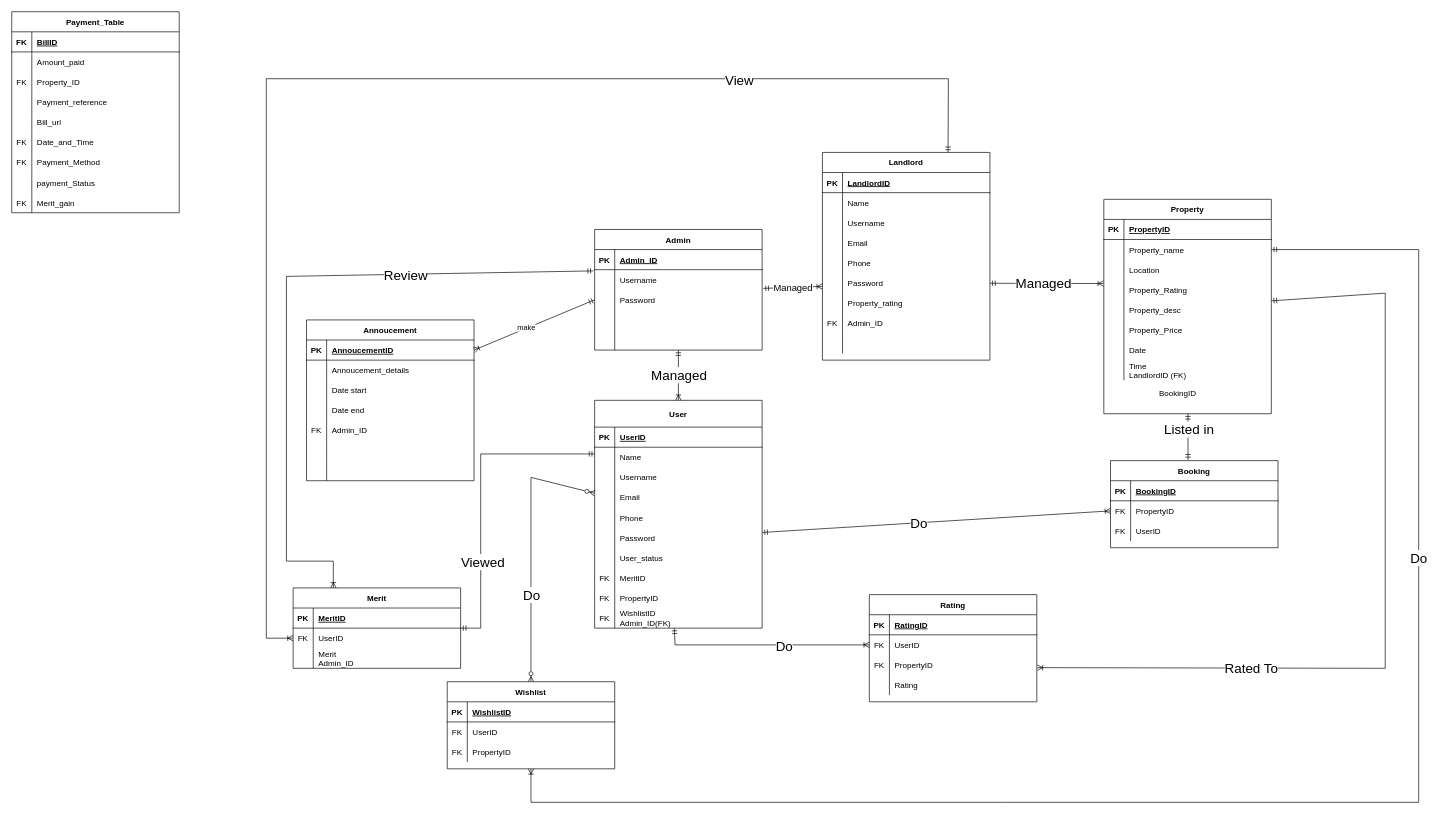
Before: DFD FYP/ERD.drawio in SNOW15782/Fyp, a draw.io diagram. Source tidied: cells renumbered, new cells numbered last; positions are measured from the earlier drawing's top-left corner, leaving out a move shared by most shapes. Both pictures are drawn from the tidied source at 67%, with x=0, y=0 at pixel (11, 11).
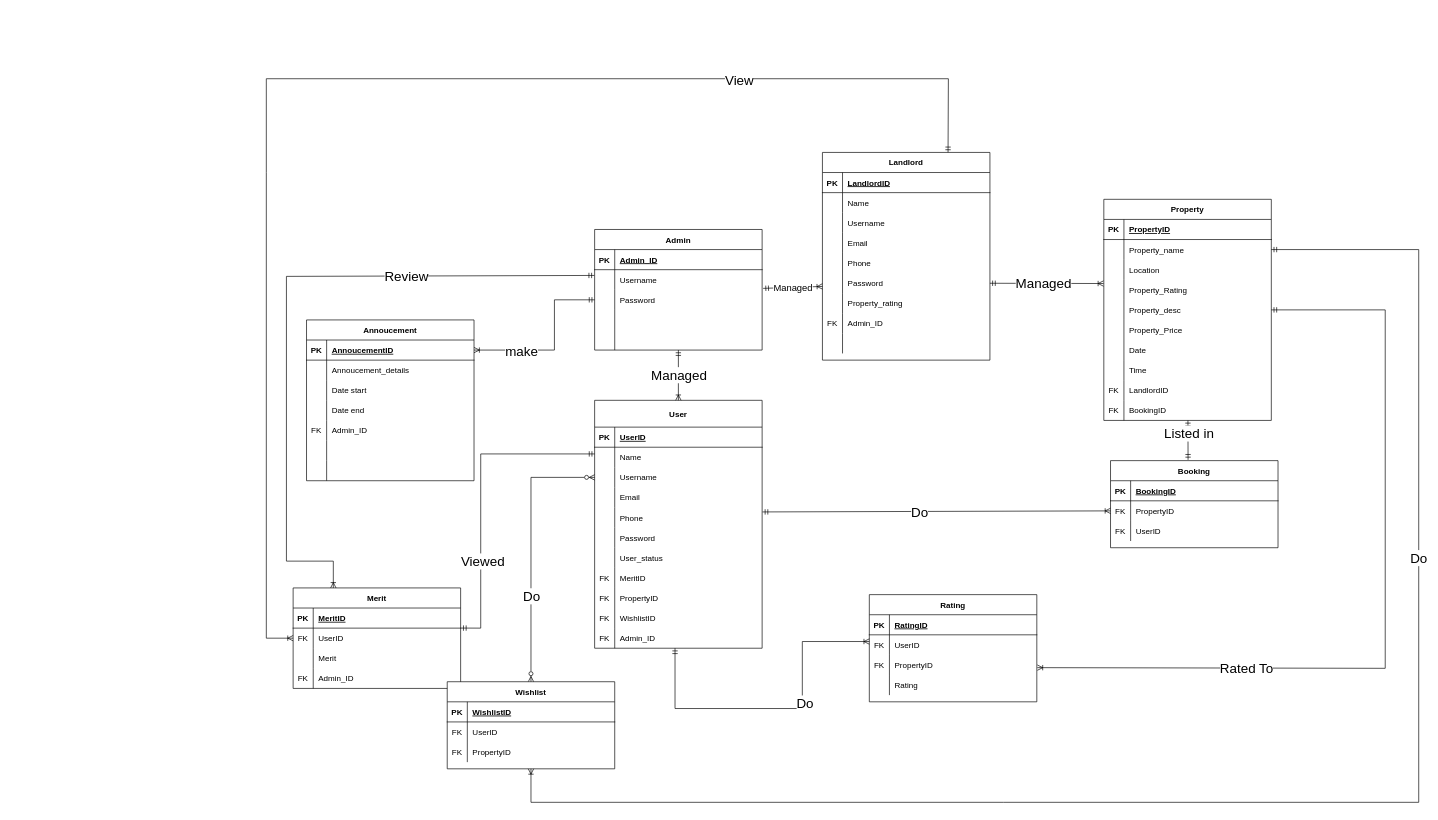
The same diagram, later.

Commit message:
settle erd

Unchanged cells that the change refers to:
```xml
<mxCell id="8" style="shape=partialRectangle;fillColor=none;points=[[0,0.5],[1,0.5]];portConstraint=eastwest;top=0;left=0;right=0;bottom=0;" parent="4" vertex="1">
  <mxGeometry y="60" width="250" height="30" as="geometry" />
</mxCell>
<mxCell id="11" style="shape=partialRectangle;fillColor=none;top=0;left=0;right=0;bottom=0;" parent="4" vertex="1">
  <mxGeometry y="90" width="250" height="30" as="geometry" />
</mxCell>
<mxCell id="25" style="shape=partialRectangle;fillColor=none;points=[[0,0.5],[1,0.5]];portConstraint=eastwest;top=0;left=0;right=0;bottom=0;" parent="18" vertex="1">
  <mxGeometry y="100" width="250" height="30" as="geometry" />
</mxCell>
<mxCell id="31" style="shape=partialRectangle;fillColor=none;points=[[0,0.5],[1,0.5]];portConstraint=eastwest;top=0;left=0;right=0;bottom=0;" parent="18" vertex="1">
  <mxGeometry y="160" width="250" height="30" as="geometry" />
</mxCell>
<mxCell id="34" style="shape=partialRectangle;fillColor=none;points=[[0,0.5],[1,0.5]];portConstraint=eastwest;top=0;left=0;right=0;bottom=0;" parent="18" vertex="1">
  <mxGeometry y="190" width="250" height="30" as="geometry" />
</mxCell>
<mxCell id="46" style="shape=partialRectangle;fillColor=none;points=[[0,0.5],[1,0.5]];portConstraint=eastwest;top=0;left=0;right=0;bottom=0;" parent="18" vertex="1">
  <mxGeometry y="310" width="250" height="30" as="geometry" />
</mxCell>
<mxCell id="53" style="shape=partialRectangle;fillColor=none;points=[[0,0.5],[1,0.5]];portConstraint=eastwest;top=0;left=0;right=0;bottom=0;" parent="49" vertex="1">
  <mxGeometry y="60" width="250" height="30" as="geometry" />
</mxCell>
<mxCell id="60" style="shape=partialRectangle;fillColor=none;points=[[0,0.5],[1,0.5]];portConstraint=eastwest;top=0;left=0;right=0;bottom=1;" parent="59" vertex="1">
  <mxGeometry y="30" width="250" height="30" as="geometry" />
</mxCell>
<mxCell id="86" style="shape=partialRectangle;fillColor=none;points=[[0,0.5],[1,0.5]];portConstraint=eastwest;top=0;left=0;right=0;bottom=1;" parent="85" vertex="1">
  <mxGeometry y="30" width="250" height="30" as="geometry" />
</mxCell>
<mxCell id="89" style="shape=partialRectangle;fillColor=none;points=[[0,0.5],[1,0.5]];portConstraint=eastwest;top=0;left=0;right=0;bottom=0;" parent="85" vertex="1">
  <mxGeometry y="60" width="250" height="30" as="geometry" />
</mxCell>
<mxCell id="92" style="shape=partialRectangle;fillColor=none;points=[[0,0.5],[1,0.5]];portConstraint=eastwest;top=0;left=0;right=0;bottom=0;" parent="85" vertex="1">
  <mxGeometry y="90" width="250" height="30" as="geometry" />
</mxCell>
<mxCell id="187" style="shape=partialRectangle;fillColor=none;top=0;left=0;right=0;bottom=0;" parent="165" vertex="1">
  <mxGeometry y="240" width="250" height="30" as="geometry" />
</mxCell>
<mxCell id="196" value="Wishlist" style="shape=table;startSize=30;childLayout=tableLayout;rowLines=0;fontStyle=1;align=center;" parent="1" vertex="1">
  <mxGeometry x="650" y="1000" width="250" height="130" as="geometry" />
</mxCell>
<mxCell id="210" style="shape=partialRectangle;fillColor=none;points=[[0,0.5],[1,0.5]];portConstraint=eastwest;top=0;left=0;right=0;bottom=0;" parent="206" vertex="1">
  <mxGeometry y="60" width="250" height="30" as="geometry" />
</mxCell>
<mxCell id="213" style="shape=partialRectangle;fillColor=none;points=[[0,0.5],[1,0.5]];portConstraint=eastwest;top=0;left=0;right=0;bottom=0;" parent="206" vertex="1">
  <mxGeometry y="90" width="250" height="30" as="geometry" />
</mxCell>
```

What changed in the source:
```diff
@@
-    <mxCell id="2" style="edgeStyle=none;rounded=0;html=1;startArrow=ERmandOne;startFill=0;endArrow=ERmandOne;endFill=0;" parent="1" edge="1" source="4">
+    <mxCell id="2" style="edgeStyle=none;rounded=0;html=1;startArrow=ERmandOne;startFill=0;endArrow=ERmandOne;endFill=0;exitX=1.001;exitY=-0.003;exitDx=0;exitDy=0;exitPerimeter=0;" parent="1" edge="1" source="8">
       <mxGeometry relative="1" as="geometry">
         <mxPoint x="870" y="660" as="targetPoint" />
         <Array as="points">
           <mxPoint x="700" y="920" />
           <mxPoint x="700" y="660" />
         </Array>
       </mxGeometry>
     </mxCell>
@@
     <mxCell id="4" value="Merit" style="shape=table;startSize=30;childLayout=tableLayout;rowLines=0;fontStyle=1;align=center;" parent="1" vertex="1">
-      <mxGeometry x="420" y="860" width="250" height="120" as="geometry" />
+      <mxGeometry x="420" y="860" width="250" height="150" as="geometry" />
     </mxCell>
@@
-    <mxCell id="13" value="Merit&#10;Admin_ID" style="shape=partialRectangle;overflow=hidden;fillColor=none;top=0;left=0;bottom=0;right=0;align=left;spacingLeft=6;" parent="11" vertex="1">
+    <mxCell id="13" value="Merit" style="shape=partialRectangle;overflow=hidden;fillColor=none;top=0;left=0;bottom=0;right=0;align=left;spacingLeft=6;" parent="11" vertex="1">
       <mxGeometry x="30" width="220" height="30" as="geometry" />
     </mxCell>
+    <mxCell id="111" style="shape=partialRectangle;fillColor=none;top=0;left=0;right=0;bottom=0;" parent="4" vertex="1">
+      <mxGeometry y="120" width="250" height="30" as="geometry" />
+    </mxCell>
+    <mxCell id="222" value="FK" style="shape=partialRectangle;overflow=hidden;fillColor=none;top=0;left=0;bottom=0;right=0;" parent="111" vertex="1">
+      <mxGeometry width="30" height="30" as="geometry" />
+    </mxCell>
+    <mxCell id="223" value="Admin_ID" style="shape=partialRectangle;overflow=hidden;fillColor=none;top=0;left=0;bottom=0;right=0;align=left;spacingLeft=6;" parent="111" vertex="1">
+      <mxGeometry x="30" width="220" height="30" as="geometry" />
+    </mxCell>
-    <mxCell id="14" style="edgeStyle=none;html=1;entryX=0.5;entryY=0;entryDx=0;entryDy=0;startArrow=ERzeroToMany;startFill=0;endArrow=ERzeroToMany;endFill=0;rounded=0;" parent="1" edge="1" source="18" target="196">
+    <mxCell id="14" style="edgeStyle=none;html=1;entryX=0.5;entryY=0;entryDx=0;entryDy=0;startArrow=ERzeroToMany;startFill=0;endArrow=ERzeroToMany;endFill=0;rounded=0;exitX=0;exitY=0.5;exitDx=0;exitDy=0;" parent="1" edge="1" source="25" target="196">
       <mxGeometry relative="1" as="geometry">
         <Array as="points">
           <mxPoint x="775" y="695" />
         </Array>
       </mxGeometry>
     </mxCell>
@@
-    <mxCell id="16" style="edgeStyle=none;html=1;entryX=0;entryY=0.5;entryDx=0;entryDy=0;startArrow=ERmandOne;startFill=0;endArrow=ERoneToMany;endFill=0;rounded=0;exitX=0.476;exitY=1.002;exitDx=0;exitDy=0;exitPerimeter=0;" parent="1" edge="1" source="46" target="210">
+    <mxCell id="16" style="edgeStyle=none;html=1;entryX=0;entryY=0.333;entryDx=0;entryDy=0;startArrow=ERmandOne;startFill=0;endArrow=ERoneToMany;endFill=0;rounded=0;entryPerimeter=0;exitX=0.48;exitY=1;exitDx=0;exitDy=0;exitPerimeter=0;" parent="1" edge="1" source="224" target="210">
       <mxGeometry relative="1" as="geometry">
         <Array as="points">
-          <mxPoint x="990" y="945" />
+          <mxPoint x="990" y="1040" />
+          <mxPoint x="1180" y="1040" />
+          <mxPoint x="1180" y="940" />
         </Array>
       </mxGeometry>
     </mxCell>
@@
     <mxCell id="18" value="User" style="shape=table;startSize=40;childLayout=tableLayout;rowLines=0;fontStyle=1;align=center;" parent="1" vertex="1">
-      <mxGeometry x="870" y="580" width="250" height="340" as="geometry" />
+      <mxGeometry x="870" y="580" width="250" height="370" as="geometry" />
     </mxCell>
@@
-    <mxCell id="48" value="WishlistID&#10;Admin_ID(FK)" style="shape=partialRectangle;overflow=hidden;fillColor=none;top=0;left=0;bottom=0;right=0;align=left;spacingLeft=6;" parent="46" vertex="1">
+    <mxCell id="48" value="WishlistID" style="shape=partialRectangle;overflow=hidden;fillColor=none;top=0;left=0;bottom=0;right=0;align=left;spacingLeft=6;" parent="46" vertex="1">
       <mxGeometry x="30" width="220" height="30" as="geometry" />
     </mxCell>
+    <mxCell id="224" style="shape=partialRectangle;fillColor=none;points=[[0,0.5],[1,0.5]];portConstraint=eastwest;top=0;left=0;right=0;bottom=0;" parent="18" vertex="1">
+      <mxGeometry y="340" width="250" height="30" as="geometry" />
+    </mxCell>
+    <mxCell id="225" value="FK" style="shape=partialRectangle;overflow=hidden;fillColor=none;top=0;left=0;bottom=0;right=0;" parent="224" vertex="1">
+      <mxGeometry width="30" height="30" as="geometry" />
+    </mxCell>
+    <mxCell id="226" value="Admin_ID" style="shape=partialRectangle;overflow=hidden;fillColor=none;top=0;left=0;bottom=0;right=0;align=left;spacingLeft=6;" parent="224" vertex="1">
+      <mxGeometry x="30" width="220" height="30" as="geometry" />
+    </mxCell>
@@
-    <mxCell id="83" style="edgeStyle=none;rounded=0;html=1;entryX=0.24;entryY=0;entryDx=0;entryDy=0;fontSize=20;startArrow=ERmandOne;startFill=0;endArrow=ERoneToMany;endFill=0;exitX=-0.008;exitY=1.061;exitDx=0;exitDy=0;entryPerimeter=0;jumpStyle=arc;jumpSize=20;exitPerimeter=0;" parent="1" edge="1" source="86" target="4">
+    <mxCell id="83" style="edgeStyle=none;rounded=0;html=1;entryX=0.24;entryY=0;entryDx=0;entryDy=0;fontSize=20;startArrow=ERmandOne;startFill=0;endArrow=ERoneToMany;endFill=0;exitX=-0.002;exitY=0.287;exitDx=0;exitDy=0;entryPerimeter=0;jumpStyle=arc;jumpSize=20;exitPerimeter=0;" parent="1" edge="1" source="89" target="4">
       <mxGeometry relative="1" as="geometry">
         <Array as="points">
           <mxPoint x="410" y="395" />
           <mxPoint x="410" y="820" />
           <mxPoint x="480" y="820" />
         </Array>
       </mxGeometry>
     </mxCell>
@@
-    <mxCell id="101" value="Payment_Table" style="shape=table;startSize=30;childLayout=tableLayout;rowLines=0;fontStyle=1;align=center;" parent="1" vertex="1">
-      <mxGeometry width="250" height="300" as="geometry" />
-    </mxCell>
-    <mxCell id="102" style="shape=partialRectangle;fillColor=none;top=0;left=0;right=0;bottom=1;" parent="101" vertex="1">
-      <mxGeometry y="30" width="250" height="30" as="geometry" />
-    </mxCell>
-    <mxCell id="103" value="FK" style="shape=partialRectangle;overflow=hidden;fillColor=none;top=0;left=0;bottom=0;right=0;fontStyle=1;" parent="102" vertex="1">
-      <mxGeometry width="30" height="30" as="geometry" />
-    </mxCell>
-    <mxCell id="104" value="BillID" style="shape=partialRectangle;overflow=hidden;fillColor=none;top=0;left=0;bottom=0;right=0;align=left;spacingLeft=6;fontStyle=5;" parent="102" vertex="1">
-      <mxGeometry x="30" width="220" height="30" as="geometry" />
-    </mxCell>
-    <mxCell id="105" style="shape=partialRectangle;fillColor=none;top=0;left=0;right=0;bottom=0;" parent="101" vertex="1">
-      <mxGeometry y="60" width="250" height="30" as="geometry" />
-    </mxCell>
-    <mxCell id="106" style="shape=partialRectangle;overflow=hidden;fillColor=none;top=0;left=0;bottom=0;right=0;" parent="105" vertex="1">
-      <mxGeometry width="30" height="30" as="geometry" />
-    </mxCell>
-    <mxCell id="107" value="Amount_paid" style="shape=partialRectangle;overflow=hidden;fillColor=none;top=0;left=0;bottom=0;right=0;align=left;spacingLeft=6;" parent="105" vertex="1">
-      <mxGeometry x="30" width="220" height="30" as="geometry" />
-    </mxCell>
-    <mxCell id="108" style="shape=partialRectangle;fillColor=none;top=0;left=0;right=0;bottom=0;" parent="101" vertex="1">
-      <mxGeometry y="90" width="250" height="30" as="geometry" />
-    </mxCell>
-    <mxCell id="109" value="FK" style="shape=partialRectangle;overflow=hidden;fillColor=none;top=0;left=0;bottom=0;right=0;" parent="108" vertex="1">
-      <mxGeometry width="30" height="30" as="geometry" />
-    </mxCell>
-    <mxCell id="110" value="Property_ID" style="shape=partialRectangle;overflow=hidden;fillColor=none;top=0;left=0;bottom=0;right=0;align=left;spacingLeft=6;" parent="108" vertex="1">
-      <mxGeometry x="30" width="220" height="30" as="geometry" />
-    </mxCell>
-    <mxCell id="111" style="shape=partialRectangle;fillColor=none;top=0;left=0;right=0;bottom=0;" parent="101" vertex="1">
-      <mxGeometry y="120" width="250" height="30" as="geometry" />
-    </mxCell>
-    <mxCell id="112" style="shape=partialRectangle;overflow=hidden;fillColor=none;top=0;left=0;bottom=0;right=0;" parent="111" vertex="1">
-      <mxGeometry width="30" height="30" as="geometry" />
-    </mxCell>
-    <mxCell id="113" value="Payment_reference" style="shape=partialRectangle;overflow=hidden;fillColor=none;top=0;left=0;bottom=0;right=0;align=left;spacingLeft=6;" parent="111" vertex="1">
-      <mxGeometry x="30" width="220" height="30" as="geometry" />
-    </mxCell>
-    <mxCell id="114" style="shape=partialRectangle;fillColor=none;top=0;left=0;right=0;bottom=0;" parent="101" vertex="1">
-      <mxGeometry y="150" width="250" height="30" as="geometry" />
-    </mxCell>
-    <mxCell id="115" style="shape=partialRectangle;overflow=hidden;fillColor=none;top=0;left=0;bottom=0;right=0;" parent="114" vertex="1">
-      <mxGeometry width="30" height="30" as="geometry" />
-    </mxCell>
-    <mxCell id="116" value="Bill_url" style="shape=partialRectangle;overflow=hidden;fillColor=none;top=0;left=0;bottom=0;right=0;align=left;spacingLeft=6;" parent="114" vertex="1">
-      <mxGeometry x="30" width="220" height="30" as="geometry" />
-    </mxCell>
-    <mxCell id="117" style="shape=partialRectangle;fillColor=none;top=0;left=0;right=0;bottom=0;" parent="101" vertex="1">
-      <mxGeometry y="180" width="250" height="30" as="geometry" />
-    </mxCell>
-    <mxCell id="118" value="FK" style="shape=partialRectangle;overflow=hidden;fillColor=none;top=0;left=0;bottom=0;right=0;" parent="117" vertex="1">
-      <mxGeometry width="30" height="30" as="geometry" />
-    </mxCell>
-    <mxCell id="119" value="Date_and_Time" style="shape=partialRectangle;overflow=hidden;fillColor=none;top=0;left=0;bottom=0;right=0;align=left;spacingLeft=6;" parent="117" vertex="1">
-      <mxGeometry x="30" width="220" height="30" as="geometry" />
-    </mxCell>
-    <mxCell id="120" style="shape=partialRectangle;fillColor=none;top=0;left=0;right=0;bottom=0;" parent="101" vertex="1">
-      <mxGeometry y="210" width="250" height="30" as="geometry" />
-    </mxCell>
-    <mxCell id="121" value="FK" style="shape=partialRectangle;overflow=hidden;fillColor=none;top=0;left=0;bottom=0;right=0;" parent="120" vertex="1">
-      <mxGeometry width="30" height="30" as="geometry" />
-    </mxCell>
-    <mxCell id="122" value="Payment_Method" style="shape=partialRectangle;overflow=hidden;fillColor=none;top=0;left=0;bottom=0;right=0;align=left;spacingLeft=6;" parent="120" vertex="1">
-      <mxGeometry x="30" width="220" height="30" as="geometry" />
-    </mxCell>
-    <mxCell id="123" style="shape=partialRectangle;fillColor=none;top=0;left=0;right=0;bottom=0;" parent="101" vertex="1">
-      <mxGeometry y="240" width="250" height="30" as="geometry" />
-    </mxCell>
-    <mxCell id="124" style="shape=partialRectangle;overflow=hidden;fillColor=none;top=0;left=0;bottom=0;right=0;" parent="123" vertex="1">
-      <mxGeometry width="30" height="30" as="geometry" />
-    </mxCell>
-    <mxCell id="125" value="payment_Status" style="shape=partialRectangle;overflow=hidden;fillColor=none;top=0;left=0;bottom=0;right=0;align=left;spacingLeft=6;" parent="123" vertex="1">
-      <mxGeometry x="30" width="220" height="30" as="geometry" />
-    </mxCell>
-    <mxCell id="126" style="shape=partialRectangle;fillColor=none;top=0;left=0;right=0;bottom=0;" parent="101" vertex="1">
-      <mxGeometry y="270" width="250" height="30" as="geometry" />
-    </mxCell>
-    <mxCell id="127" value="FK" style="shape=partialRectangle;overflow=hidden;fillColor=none;top=0;left=0;bottom=0;right=0;" parent="126" vertex="1">
-      <mxGeometry width="30" height="30" as="geometry" />
-    </mxCell>
-    <mxCell id="128" value="Merit_gain" style="shape=partialRectangle;overflow=hidden;fillColor=none;top=0;left=0;bottom=0;right=0;align=left;spacingLeft=6;" parent="126" vertex="1">
-      <mxGeometry x="30" width="220" height="30" as="geometry" />
-    </mxCell>
@@
     <mxCell id="161" style="edgeStyle=none;html=1;entryX=1.003;entryY=0.633;entryDx=0;entryDy=0;startArrow=ERmandOne;startFill=0;endArrow=ERoneToMany;endFill=0;rounded=0;entryPerimeter=0;" parent="1" edge="1" source="165" target="213">
       <mxGeometry relative="1" as="geometry">
         <Array as="points">
-          <mxPoint x="2050" y="420" />
+          <mxPoint x="2050" y="445" />
           <mxPoint x="2050" y="980" />
         </Array>
       </mxGeometry>
     </mxCell>
@@
     <mxCell id="165" value="Property" style="shape=table;startSize=30;childLayout=tableLayout;rowLines=0;fontStyle=1;align=center;" parent="1" vertex="1">
-      <mxGeometry x="1630" y="280" width="250" height="320" as="geometry" />
+      <mxGeometry x="1630" y="280" width="250" height="330" as="geometry" />
     </mxCell>
@@
-    <mxCell id="189" value="Time &#10;LandlordID (FK)&#10;" style="shape=partialRectangle;overflow=hidden;fillColor=none;top=0;left=0;bottom=0;right=0;align=left;spacingLeft=6;" parent="187" vertex="1">
+    <mxCell id="189" value="Time " style="shape=partialRectangle;overflow=hidden;fillColor=none;top=0;left=0;bottom=0;right=0;align=left;spacingLeft=6;" parent="187" vertex="1">
       <mxGeometry x="30" width="220" height="30" as="geometry" />
     </mxCell>
+    <mxCell id="126" style="shape=partialRectangle;fillColor=none;top=0;left=0;right=0;bottom=0;" parent="165" vertex="1">
+      <mxGeometry y="270" width="250" height="30" as="geometry" />
+    </mxCell>
+    <mxCell id="227" value="FK" style="shape=partialRectangle;overflow=hidden;fillColor=none;top=0;left=0;bottom=0;right=0;" parent="126" vertex="1">
+      <mxGeometry width="30" height="30" as="geometry" />
+    </mxCell>
+    <mxCell id="228" value="LandlordID " style="shape=partialRectangle;overflow=hidden;fillColor=none;top=0;left=0;bottom=0;right=0;align=left;spacingLeft=6;" parent="126" vertex="1">
+      <mxGeometry x="30" width="220" height="30" as="geometry" />
+    </mxCell>
+    <mxCell id="229" style="shape=partialRectangle;fillColor=none;top=0;left=0;right=0;bottom=0;" parent="165" vertex="1">
+      <mxGeometry y="300" width="250" height="30" as="geometry" />
+    </mxCell>
+    <mxCell id="230" value="FK" style="shape=partialRectangle;overflow=hidden;fillColor=none;top=0;left=0;bottom=0;right=0;" parent="229" vertex="1">
+      <mxGeometry width="30" height="30" as="geometry" />
+    </mxCell>
+    <mxCell id="219" value="BookingID" style="shape=partialRectangle;overflow=hidden;fillColor=none;top=0;left=0;bottom=0;right=0;align=left;spacingLeft=6;" parent="229" vertex="1">
+      <mxGeometry x="30" width="220" height="30" as="geometry" />
+    </mxCell>
@@
-    <mxCell id="194" style="edgeStyle=none;html=1;entryX=0;entryY=0.5;entryDx=0;entryDy=0;startArrow=ERmandOne;startFill=0;endArrow=ERoneToMany;endFill=0;" parent="1" edge="1" source="34" target="53">
+    <mxCell id="194" style="edgeStyle=none;html=1;entryX=0;entryY=0.5;entryDx=0;entryDy=0;startArrow=ERmandOne;startFill=0;endArrow=ERoneToMany;endFill=0;exitX=1.002;exitY=0.219;exitDx=0;exitDy=0;exitPerimeter=0;" parent="1" edge="1" source="31" target="53">
       <mxGeometry relative="1" as="geometry" />
     </mxCell>
@@
-    <mxCell id="219" value="&lt;span style=&quot;text-align: left;&quot;&gt;BookingID&lt;/span&gt;" style="text;html=1;align=center;verticalAlign=middle;strokeColor=none;fillColor=none;" parent="1" vertex="1">
-      <mxGeometry x="1700" y="555" width="80" height="30" as="geometry" />
-    </mxCell>
-    <mxCell id="220" style="edgeStyle=none;html=1;entryX=1;entryY=0.5;entryDx=0;entryDy=0;startArrow=ERmandOne;startFill=0;endArrow=ERoneToMany;endFill=0;exitX=0;exitY=0.5;exitDx=0;exitDy=0;" parent="1" edge="1" source="92" target="60">
-      <mxGeometry relative="1" as="geometry" />
+    <mxCell id="220" style="edgeStyle=none;html=1;entryX=1;entryY=0.5;entryDx=0;entryDy=0;startArrow=ERmandOne;startFill=0;endArrow=ERoneToMany;endFill=0;exitX=0;exitY=0.5;exitDx=0;exitDy=0;rounded=0;" parent="1" edge="1" source="92" target="60">
+      <mxGeometry relative="1" as="geometry">
+        <Array as="points">
+          <mxPoint x="810" y="430" />
+          <mxPoint x="810" y="505" />
+        </Array>
+      </mxGeometry>
     </mxCell>
-    <mxCell id="221" value="make" style="edgeLabel;html=1;align=center;verticalAlign=middle;" parent="220" vertex="1">
-      <mxGeometry x="0.13" y="-2" relative="1" as="geometry" />
+    <mxCell id="221" value="&lt;font style=&quot;font-size: 20px;&quot;&gt;make&lt;/font&gt;" style="edgeLabel;html=1;align=center;verticalAlign=middle;" parent="220" vertex="1">
+      <mxGeometry x="0.13" y="-2" relative="1" as="geometry">
+        <mxPoint x="-41" y="2" as="offset" />
+      </mxGeometry>
     </mxCell>
```
